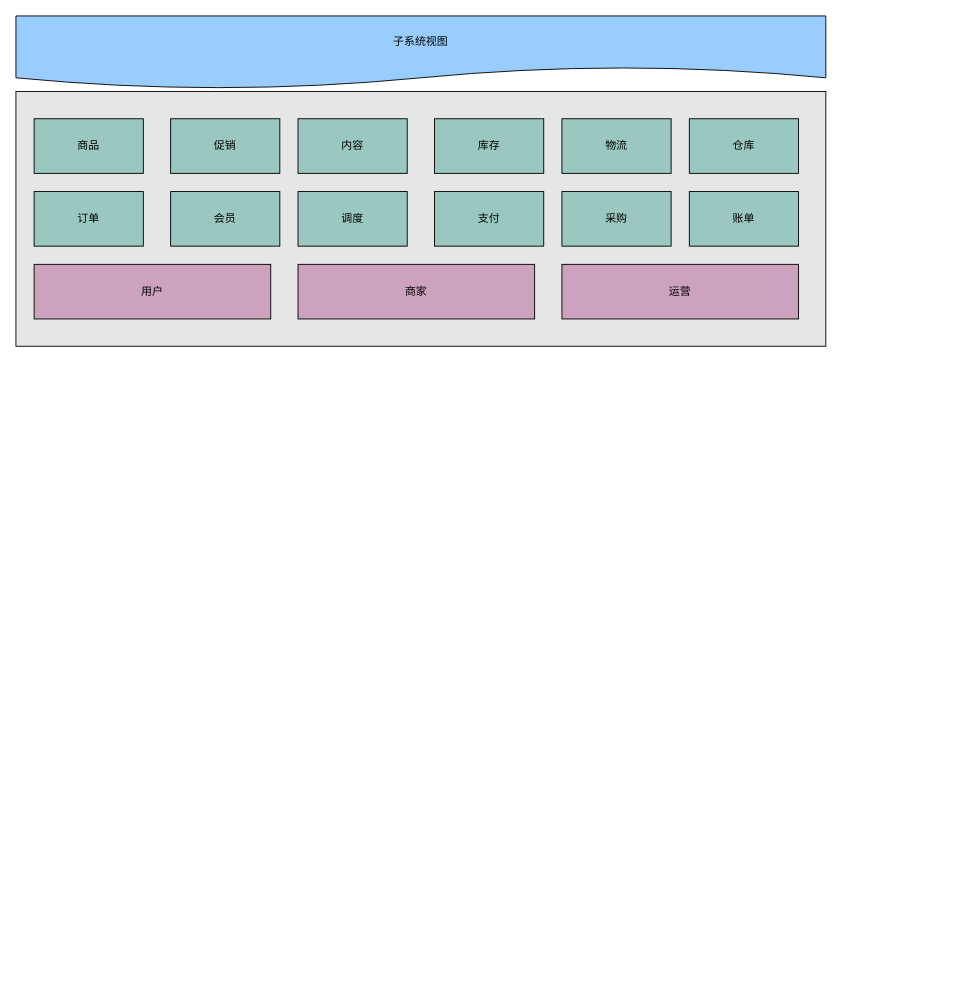
Earlier version of the draw.io diagram page "overview" (1 of 8) of src/dragon.drawio (ab-doc/draw.io). Source tidied: cells renumbered, new cells numbered last; positions are measured from the earlier drawing's top-left corner, leaving out a move shared by most shapes. Both pictures are drawn from the tidied source at 91%, with x=0, y=0 at pixel (15, 15).
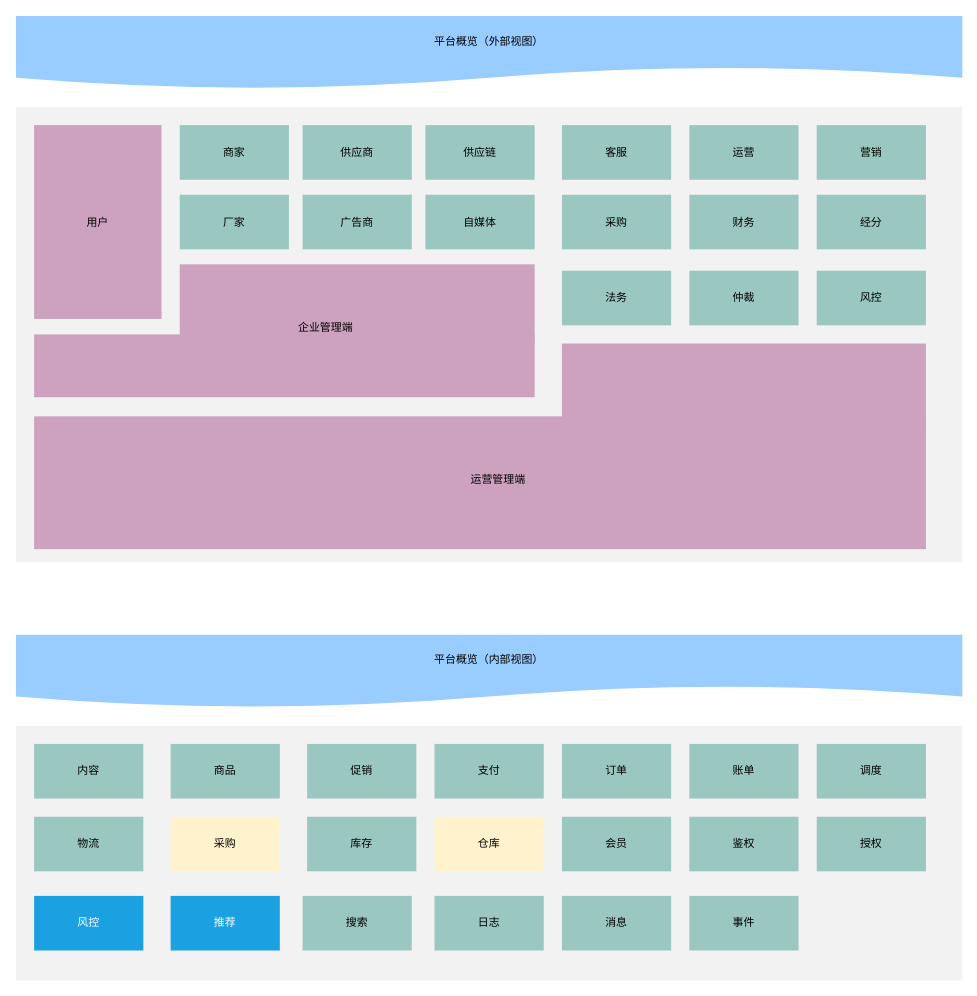
The same page after the edit.

What changed in the source:
```diff
@@
-    <mxCell id="2" style="group;" parent="1" vertex="1">
-      <mxGeometry width="890" height="363" as="geometry" />
-    </mxCell>
-    <mxCell id="3" style="group;" parent="2" vertex="1">
-      <mxGeometry width="890" height="363" as="geometry" />
-    </mxCell>
-    <mxCell id="4" style="group;" parent="3" vertex="1">
-      <mxGeometry y="83" width="890" height="280" as="geometry" />
-    </mxCell>
-    <mxCell id="5" style="rounded=0;whiteSpace=wrap;html=1;fillColor=#E6E6E6;" parent="4" vertex="1">
-      <mxGeometry width="890" height="280" as="geometry" />
-    </mxCell>
-    <mxCell id="6" value="商品" style="rounded=0;whiteSpace=wrap;html=1;fillColor=#9AC7BF;" parent="4" vertex="1">
-      <mxGeometry x="20" y="30" width="120" height="60" as="geometry" />
-    </mxCell>
-    <mxCell id="7" value="促销" style="rounded=0;whiteSpace=wrap;html=1;fillColor=#9AC7BF;" parent="4" vertex="1">
-      <mxGeometry x="170" y="30" width="120" height="60" as="geometry" />
-    </mxCell>
+    <mxCell id="22" style="rounded=0;whiteSpace=wrap;html=1;fillColor=#F2F2F2;strokeColor=none;comic=0;glass=0;" parent="1" vertex="1">
+      <mxGeometry y="100" width="1040" height="500" as="geometry" />
+    </mxCell>
+    <mxCell id="23" style="group;" parent="1" vertex="1">
+      <mxGeometry x="20" y="273" width="550" height="146" as="geometry" />
+    </mxCell>
+    <mxCell id="19" style="rounded=0;whiteSpace=wrap;html=1;fillColor=#CDA2BE;strokeColor=none;" parent="23" vertex="1">
+      <mxGeometry x="160" width="390" height="87" as="geometry" />
+    </mxCell>
+    <mxCell id="24" style="rounded=0;whiteSpace=wrap;html=1;fillColor=#CDA2BE;strokeColor=none;" parent="23" vertex="1">
+      <mxGeometry y="77" width="550" height="69" as="geometry" />
+    </mxCell>
+    <mxCell id="21" value="平台概览（外部视图）" style="shape=document;whiteSpace=wrap;html=1;boundedLbl=1;rounded=0;fillColor=#99CCFF;strokeColor=none;" parent="1" vertex="1">
+      <mxGeometry width="1040" height="80" as="geometry" />
+    </mxCell>
-    <mxCell id="8" value="内容" style="rounded=0;whiteSpace=wrap;html=1;fillColor=#9AC7BF;" parent="4" vertex="1">
-      <mxGeometry x="310" y="30" width="120" height="60" as="geometry" />
+    <mxCell id="8" value="商家" style="rounded=0;whiteSpace=wrap;html=1;fillColor=#9AC7BF;strokeColor=none;" parent="1" vertex="1">
+      <mxGeometry x="180" y="120" width="120" height="60" as="geometry" />
     </mxCell>
-    <mxCell id="9" value="库存" style="rounded=0;whiteSpace=wrap;html=1;fillColor=#9AC7BF;" parent="4" vertex="1">
-      <mxGeometry x="460" y="30" width="120" height="60" as="geometry" />
+    <mxCell id="9" value="供应商" style="rounded=0;whiteSpace=wrap;html=1;fillColor=#9AC7BF;strokeColor=none;" parent="1" vertex="1">
+      <mxGeometry x="315" y="120" width="120" height="60" as="geometry" />
     </mxCell>
-    <mxCell id="10" value="物流" style="rounded=0;whiteSpace=wrap;html=1;fillColor=#9AC7BF;" parent="4" vertex="1">
-      <mxGeometry x="600" y="30" width="120" height="60" as="geometry" />
+    <mxCell id="10" value="客服" style="rounded=0;whiteSpace=wrap;html=1;fillColor=#9AC7BF;strokeColor=none;" parent="1" vertex="1">
+      <mxGeometry x="600" y="120" width="120" height="60" as="geometry" />
     </mxCell>
-    <mxCell id="11" value="采购" style="rounded=0;whiteSpace=wrap;html=1;fillColor=#9AC7BF;" parent="4" vertex="1">
-      <mxGeometry x="600" y="110" width="120" height="60" as="geometry" />
-    </mxCell>
-    <mxCell id="12" value="仓库" style="rounded=0;whiteSpace=wrap;html=1;fillColor=#9AC7BF;" parent="4" vertex="1">
-      <mxGeometry x="740" y="30" width="120" height="60" as="geometry" />
+    <mxCell id="12" value="运营" style="rounded=0;whiteSpace=wrap;html=1;fillColor=#9AC7BF;strokeColor=none;" parent="1" vertex="1">
+      <mxGeometry x="740" y="120" width="120" height="60" as="geometry" />
     </mxCell>
+    <mxCell id="18" value="用户" style="rounded=0;whiteSpace=wrap;html=1;fillColor=#CDA2BE;strokeColor=none;" parent="1" vertex="1">
+      <mxGeometry x="20" y="120" width="140" height="213" as="geometry" />
+    </mxCell>
+    <mxCell id="25" value="供应链" style="rounded=0;whiteSpace=wrap;html=1;fillColor=#9AC7BF;strokeColor=none;" parent="1" vertex="1">
+      <mxGeometry x="450" y="120" width="120" height="60" as="geometry" />
+    </mxCell>
+    <mxCell id="26" value="厂家" style="rounded=0;whiteSpace=wrap;html=1;fillColor=#9AC7BF;strokeColor=none;" parent="1" vertex="1">
+      <mxGeometry x="180" y="196.5" width="120" height="60" as="geometry" />
+    </mxCell>
+    <mxCell id="27" value="广告商" style="rounded=0;whiteSpace=wrap;html=1;fillColor=#9AC7BF;strokeColor=none;" parent="1" vertex="1">
+      <mxGeometry x="315" y="196.5" width="120" height="60" as="geometry" />
+    </mxCell>
+    <mxCell id="28" value="自媒体" style="rounded=0;whiteSpace=wrap;html=1;fillColor=#9AC7BF;strokeColor=none;" parent="1" vertex="1">
+      <mxGeometry x="450" y="196.5" width="120" height="60" as="geometry" />
+    </mxCell>
+    <mxCell id="29" value="采购" style="rounded=0;whiteSpace=wrap;html=1;fillColor=#9AC7BF;strokeColor=none;" parent="1" vertex="1">
+      <mxGeometry x="600" y="196.5" width="120" height="60" as="geometry" />
+    </mxCell>
+    <mxCell id="30" value="财务" style="rounded=0;whiteSpace=wrap;html=1;fillColor=#9AC7BF;strokeColor=none;comic=0;" parent="1" vertex="1">
+      <mxGeometry x="740" y="196.5" width="120" height="60" as="geometry" />
+    </mxCell>
+    <mxCell id="31" value="营销" style="rounded=0;whiteSpace=wrap;html=1;fillColor=#9AC7BF;strokeColor=none;" parent="1" vertex="1">
+      <mxGeometry x="880" y="120" width="120" height="60" as="geometry" />
+    </mxCell>
+    <mxCell id="32" value="企业管理端" style="text;html=1;align=center;verticalAlign=middle;fontStyle=0;" parent="1" vertex="1">
+      <mxGeometry x="300" y="333" width="80" height="20" as="geometry" />
+    </mxCell>
+    <mxCell id="33" value="经分" style="rounded=0;whiteSpace=wrap;html=1;fillColor=#9AC7BF;strokeColor=none;" parent="1" vertex="1">
+      <mxGeometry x="880" y="196.5" width="120" height="60" as="geometry" />
+    </mxCell>
+    <mxCell id="34" value="法务" style="rounded=0;whiteSpace=wrap;html=1;fillColor=#9AC7BF;strokeColor=none;" parent="1" vertex="1">
+      <mxGeometry x="600" y="280" width="120" height="60" as="geometry" />
+    </mxCell>
+    <mxCell id="35" value="仲裁" style="rounded=0;whiteSpace=wrap;html=1;fillColor=#9AC7BF;strokeColor=none;" parent="1" vertex="1">
+      <mxGeometry x="740" y="280" width="120" height="60" as="geometry" />
+    </mxCell>
+    <mxCell id="36" value="风控" style="rounded=0;whiteSpace=wrap;html=1;fillColor=#9AC7BF;strokeColor=none;" parent="1" vertex="1">
+      <mxGeometry x="880" y="280" width="120" height="60" as="geometry" />
+    </mxCell>
+    <mxCell id="37" style="group;" parent="1" vertex="1">
+      <mxGeometry x="20" y="360" width="980" height="226" as="geometry" />
+    </mxCell>
+    <mxCell id="38" style="rounded=0;whiteSpace=wrap;html=1;fillColor=#CDA2BE;strokeColor=none;" parent="37" vertex="1">
+      <mxGeometry y="80" width="980" height="146" as="geometry" />
+    </mxCell>
+    <mxCell id="39" style="rounded=0;whiteSpace=wrap;html=1;fillColor=#CDA2BE;strokeColor=none;" parent="37" vertex="1">
+      <mxGeometry x="580" width="400" height="100" as="geometry" />
+    </mxCell>
+    <mxCell id="40" value="运营管理端" style="text;html=1;strokeColor=none;fillColor=none;align=center;verticalAlign=middle;whiteSpace=wrap;rounded=0;" parent="37" vertex="1">
+      <mxGeometry x="470" y="140" width="80" height="20" as="geometry" />
+    </mxCell>
+    <mxCell id="41" style="rounded=0;whiteSpace=wrap;html=1;fillColor=#F2F2F2;strokeColor=none;" parent="1" vertex="1">
+      <mxGeometry y="780" width="1040" height="280" as="geometry" />
+    </mxCell>
+    <mxCell id="42" value="平台概览（内部视图）" style="shape=document;whiteSpace=wrap;html=1;boundedLbl=1;rounded=0;fillColor=#99CCFF;strokeColor=none;" parent="1" vertex="1">
+      <mxGeometry y="680" width="1040" height="80" as="geometry" />
+    </mxCell>
+    <mxCell id="6" value="商品" style="rounded=0;whiteSpace=wrap;html=1;fillColor=#9AC7BF;strokeColor=none;" parent="1" vertex="1">
+      <mxGeometry x="170" y="800" width="120" height="60" as="geometry" />
+    </mxCell>
+    <mxCell id="7" value="促销" style="rounded=0;whiteSpace=wrap;html=1;fillColor=#9AC7BF;strokeColor=none;" parent="1" vertex="1">
+      <mxGeometry x="320" y="800" width="120" height="60" as="geometry" />
+    </mxCell>
+    <mxCell id="43" value="内容" style="rounded=0;whiteSpace=wrap;html=1;fillColor=#9AC7BF;strokeColor=none;" parent="1" vertex="1">
+      <mxGeometry x="20" y="800" width="120" height="60" as="geometry" />
+    </mxCell>
+    <mxCell id="44" value="库存" style="rounded=0;whiteSpace=wrap;html=1;fillColor=#9AC7BF;strokeColor=none;" parent="1" vertex="1">
+      <mxGeometry x="320" y="880" width="120" height="60" as="geometry" />
+    </mxCell>
+    <mxCell id="45" value="物流" style="rounded=0;whiteSpace=wrap;html=1;fillColor=#9AC7BF;strokeColor=none;" parent="1" vertex="1">
+      <mxGeometry x="20" y="880" width="120" height="60" as="geometry" />
+    </mxCell>
+    <mxCell id="46" value="采购" style="rounded=0;whiteSpace=wrap;html=1;fillColor=#fff2cc;strokeColor=none;gradientColor=none;" parent="1" vertex="1">
+      <mxGeometry x="170" y="880" width="120" height="60" as="geometry" />
+    </mxCell>
+    <mxCell id="47" value="仓库" style="rounded=0;whiteSpace=wrap;html=1;fillColor=#fff2cc;gradientColor=none;strokeColor=none;" parent="1" vertex="1">
+      <mxGeometry x="460" y="880" width="120" height="60" as="geometry" />
+    </mxCell>
-    <mxCell id="13" value="订单" style="rounded=0;whiteSpace=wrap;html=1;fillColor=#9AC7BF;" parent="4" vertex="1">
-      <mxGeometry x="20" y="110" width="120" height="60" as="geometry" />
+    <mxCell id="13" value="订单" style="rounded=0;whiteSpace=wrap;html=1;fillColor=#9AC7BF;strokeColor=none;" parent="1" vertex="1">
+      <mxGeometry x="600" y="800" width="120" height="60" as="geometry" />
     </mxCell>
-    <mxCell id="14" value="会员" style="rounded=0;whiteSpace=wrap;html=1;fillColor=#9AC7BF;" parent="4" vertex="1">
-      <mxGeometry x="170" y="110" width="120" height="60" as="geometry" />
+    <mxCell id="14" value="会员" style="rounded=0;whiteSpace=wrap;html=1;fillColor=#9AC7BF;strokeColor=none;" parent="1" vertex="1">
+      <mxGeometry x="600" y="880" width="120" height="60" as="geometry" />
     </mxCell>
-    <mxCell id="15" value="调度" style="rounded=0;whiteSpace=wrap;html=1;fillColor=#9AC7BF;" parent="4" vertex="1">
-      <mxGeometry x="310" y="110" width="120" height="60" as="geometry" />
+    <mxCell id="15" value="调度" style="rounded=0;whiteSpace=wrap;html=1;fillColor=#9AC7BF;strokeColor=none;" parent="1" vertex="1">
+      <mxGeometry x="880" y="800" width="120" height="60" as="geometry" />
     </mxCell>
-    <mxCell id="16" value="支付" style="rounded=0;whiteSpace=wrap;html=1;fillColor=#9AC7BF;" parent="4" vertex="1">
-      <mxGeometry x="460" y="110" width="120" height="60" as="geometry" />
+    <mxCell id="16" value="支付" style="rounded=0;whiteSpace=wrap;html=1;fillColor=#9AC7BF;strokeColor=none;" parent="1" vertex="1">
+      <mxGeometry x="460" y="800" width="120" height="60" as="geometry" />
     </mxCell>
-    <mxCell id="17" value="账单" style="rounded=0;whiteSpace=wrap;html=1;fillColor=#9AC7BF;" parent="4" vertex="1">
-      <mxGeometry x="740" y="110" width="120" height="60" as="geometry" />
+    <mxCell id="17" value="账单" style="rounded=0;whiteSpace=wrap;html=1;fillColor=#9AC7BF;strokeColor=none;" parent="1" vertex="1">
+      <mxGeometry x="740" y="800" width="120" height="60" as="geometry" />
     </mxCell>
-    <mxCell id="18" value="用户" style="rounded=0;whiteSpace=wrap;html=1;fillColor=#CDA2BE;" parent="4" vertex="1">
-      <mxGeometry x="20" y="190" width="260" height="60" as="geometry" />
-    </mxCell>
-    <mxCell id="19" value="商家" style="rounded=0;whiteSpace=wrap;html=1;fillColor=#CDA2BE;" parent="4" vertex="1">
-      <mxGeometry x="310" y="190" width="260" height="60" as="geometry" />
-    </mxCell>
-    <mxCell id="20" value="运营" style="rounded=0;whiteSpace=wrap;html=1;fillColor=#CDA2BE;" parent="4" vertex="1">
-      <mxGeometry x="600" y="190" width="260" height="60" as="geometry" />
-    </mxCell>
-    <mxCell id="21" value="子系统视图" style="shape=document;whiteSpace=wrap;html=1;boundedLbl=1;rounded=0;fillColor=#99CCFF;" parent="3" vertex="1">
-      <mxGeometry width="890" height="80" as="geometry" />
-    </mxCell>
+    <mxCell id="48" value="鉴权" style="rounded=0;whiteSpace=wrap;html=1;fillColor=#9AC7BF;strokeColor=none;" parent="1" vertex="1">
+      <mxGeometry x="740" y="880" width="120" height="60" as="geometry" />
+    </mxCell>
+    <mxCell id="49" value="授权" style="rounded=0;whiteSpace=wrap;html=1;fillColor=#9AC7BF;strokeColor=none;" parent="1" vertex="1">
+      <mxGeometry x="880" y="880" width="120" height="60" as="geometry" />
+    </mxCell>
+    <mxCell id="50" value="搜索" style="rounded=0;whiteSpace=wrap;html=1;fillColor=#9AC7BF;strokeColor=none;" parent="1" vertex="1">
+      <mxGeometry x="315" y="967" width="120" height="60" as="geometry" />
+    </mxCell>
+    <mxCell id="51" value="推荐" style="rounded=0;whiteSpace=wrap;html=1;fillColor=#1ba1e2;strokeColor=none;fontColor=#ffffff;" parent="1" vertex="1">
+      <mxGeometry x="170" y="967" width="120" height="60" as="geometry" />
+    </mxCell>
+    <mxCell id="52" value="日志" style="rounded=0;whiteSpace=wrap;html=1;fillColor=#9AC7BF;strokeColor=none;" parent="1" vertex="1">
+      <mxGeometry x="460" y="967" width="120" height="60" as="geometry" />
+    </mxCell>
+    <mxCell id="53" value="风控" style="rounded=0;whiteSpace=wrap;html=1;fillColor=#1ba1e2;strokeColor=none;fontColor=#ffffff;" parent="1" vertex="1">
+      <mxGeometry x="20" y="967" width="120" height="60" as="geometry" />
+    </mxCell>
+    <mxCell id="54" value="消息" style="rounded=0;whiteSpace=wrap;html=1;fillColor=#9AC7BF;strokeColor=none;" parent="1" vertex="1">
+      <mxGeometry x="600" y="967" width="120" height="60" as="geometry" />
+    </mxCell>
+    <mxCell id="55" value="事件" style="rounded=0;whiteSpace=wrap;html=1;fillColor=#9AC7BF;strokeColor=none;" parent="1" vertex="1">
+      <mxGeometry x="740" y="967" width="120" height="60" as="geometry" />
+    </mxCell>
```
